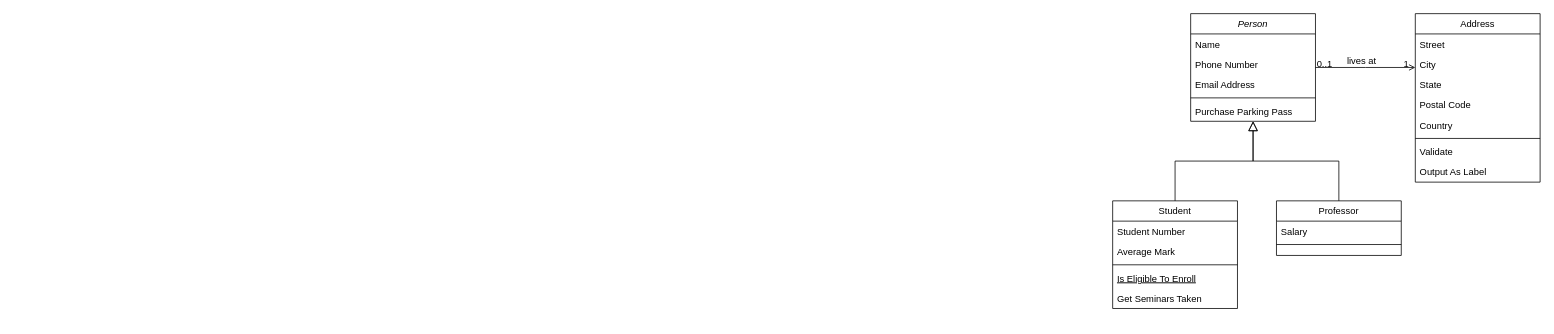
This is images/模块依赖图.drawio from Alemdx/pic-bed, a draw.io file, before an edit. Source tidied: cells renumbered, new cells numbered last; positions are measured from the earlier drawing's top-left corner, leaving out a move shared by most shapes. Both pictures are drawn from the tidied source at 78%, with x=0, y=0 at pixel (1112, 13).
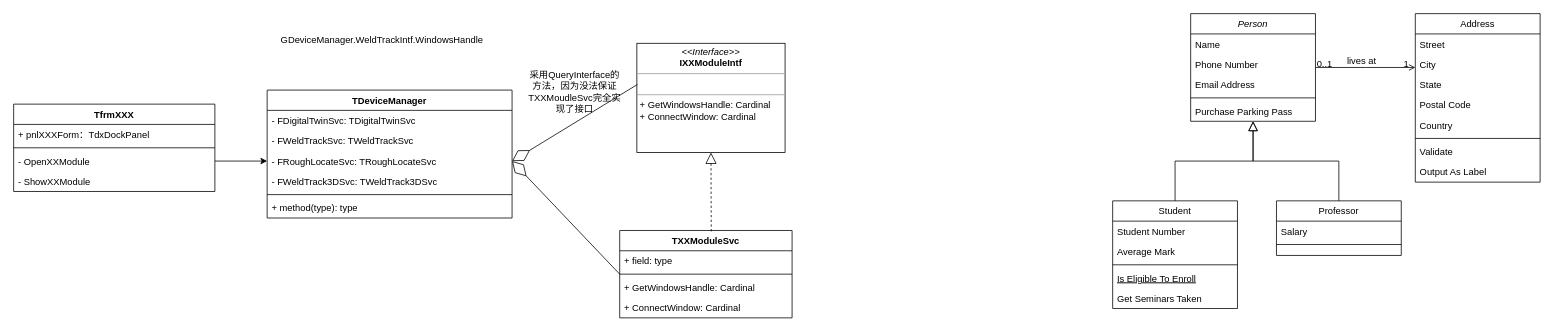
Above is the later version.

Commit message:
更新模块依赖图.drawio

Change to the diagram source:
```diff
@@
+    <mxCell id="32" value="TfrmXXX" style="swimlane;fontStyle=1;align=center;verticalAlign=top;horizontal=1;startSize=26;whiteSpace=wrap;html=1;" parent="1" vertex="1">
+      <mxGeometry x="-1409" y="116" width="258" height="112" as="geometry" />
+    </mxCell>
+    <mxCell id="33" value="+ pnlXXXForm：TdxDockPanel" style="text;strokeColor=none;fillColor=none;align=left;verticalAlign=top;spacingLeft=4;spacingRight=4;overflow=hidden;whiteSpace=wrap;html=1;" parent="32" vertex="1">
+      <mxGeometry y="26" width="258" height="26" as="geometry" />
+    </mxCell>
+    <mxCell id="34" style="line;strokeWidth=1;fillColor=none;align=left;verticalAlign=middle;spacingTop=-1;spacingLeft=3;spacingRight=3;labelPosition=right;strokeColor=inherit;" parent="32" vertex="1">
+      <mxGeometry y="52" width="258" height="8" as="geometry" />
+    </mxCell>
+    <mxCell id="35" value="- OpenXXModule" style="text;strokeColor=none;fillColor=none;align=left;verticalAlign=top;spacingLeft=4;spacingRight=4;overflow=hidden;points=[[0,0.5],[1,0.5]];portConstraint=eastwest;whiteSpace=wrap;html=1;" parent="32" vertex="1">
+      <mxGeometry y="60" width="258" height="26" as="geometry" />
+    </mxCell>
+    <mxCell id="36" value="- ShowXXModule" style="text;strokeColor=none;fillColor=none;align=left;verticalAlign=top;spacingLeft=4;spacingRight=4;overflow=hidden;whiteSpace=wrap;html=1;" parent="32" vertex="1">
+      <mxGeometry y="86" width="258" height="26" as="geometry" />
+    </mxCell>
+    <mxCell id="37" value="TDeviceManager" style="swimlane;fontStyle=1;align=center;verticalAlign=top;horizontal=1;startSize=26;whiteSpace=wrap;html=1;" parent="1" vertex="1">
+      <mxGeometry x="-1084" y="98" width="314" height="164" as="geometry" />
+    </mxCell>
+    <mxCell id="38" value="- FDigitalTwinSvc: TDigitalTwinSvc" style="text;strokeColor=none;fillColor=none;align=left;verticalAlign=top;spacingLeft=4;spacingRight=4;overflow=hidden;whiteSpace=wrap;html=1;" parent="37" vertex="1">
+      <mxGeometry y="26" width="314" height="26" as="geometry" />
+    </mxCell>
+    <mxCell id="39" value="- FWeldTrackSvc: TWeldTrackSvc" style="text;strokeColor=none;fillColor=none;align=left;verticalAlign=top;spacingLeft=4;spacingRight=4;overflow=hidden;whiteSpace=wrap;html=1;" parent="37" vertex="1">
+      <mxGeometry y="52" width="314" height="26" as="geometry" />
+    </mxCell>
+    <mxCell id="40" value="- FRoughLocateSvc: TRoughLocateSvc" style="text;strokeColor=none;fillColor=none;align=left;verticalAlign=top;spacingLeft=4;spacingRight=4;overflow=hidden;points=[[0,0.5],[1,0.5]];portConstraint=eastwest;whiteSpace=wrap;html=1;" parent="37" vertex="1">
+      <mxGeometry y="78" width="314" height="26" as="geometry" />
+    </mxCell>
+    <mxCell id="41" value="- FWeldTrack3DSvc: TWeldTrack3DSvc" style="text;strokeColor=none;fillColor=none;align=left;verticalAlign=top;spacingLeft=4;spacingRight=4;overflow=hidden;whiteSpace=wrap;html=1;" parent="37" vertex="1">
+      <mxGeometry y="104" width="314" height="26" as="geometry" />
+    </mxCell>
+    <mxCell id="42" style="line;strokeWidth=1;fillColor=none;align=left;verticalAlign=middle;spacingTop=-1;spacingLeft=3;spacingRight=3;labelPosition=right;strokeColor=inherit;" parent="37" vertex="1">
+      <mxGeometry y="130" width="314" height="8" as="geometry" />
+    </mxCell>
+    <mxCell id="43" value="+ method(type): type" style="text;strokeColor=none;fillColor=none;align=left;verticalAlign=top;spacingLeft=4;spacingRight=4;overflow=hidden;whiteSpace=wrap;html=1;" parent="37" vertex="1">
+      <mxGeometry y="138" width="314" height="26" as="geometry" />
+    </mxCell>
+    <mxCell id="44" style="edgeStyle=orthogonalEdgeStyle;rounded=0;jettySize=auto;html=1;exitX=1;exitY=0.5;exitDx=0;exitDy=0;entryX=0;entryY=0.5;entryDx=0;entryDy=0;" parent="1" edge="1" source="35" target="40">
+      <mxGeometry relative="1" as="geometry" />
+    </mxCell>
+    <mxCell id="45" value="&lt;p style=&quot;margin:0px;margin-top:4px;text-align:center;&quot;&gt;&lt;i&gt;&amp;lt;&amp;lt;Interface&amp;gt;&amp;gt;&lt;/i&gt;&lt;br&gt;&lt;b&gt;IXXModuleIntf&lt;/b&gt;&lt;/p&gt;&lt;hr size=&quot;1&quot;&gt;&lt;p style=&quot;margin:0px;margin-left:4px;&quot;&gt;&lt;br&gt;&lt;/p&gt;&lt;hr size=&quot;1&quot;&gt;&lt;p style=&quot;margin:0px;margin-left:4px;&quot;&gt;+ GetWindowsHandle: Cardinal&lt;br&gt;+ ConnectWindow: Cardinal&lt;/p&gt;" style="verticalAlign=top;align=left;overflow=fill;fontSize=12;fontFamily=Helvetica;html=1;whiteSpace=wrap;" parent="1" vertex="1">
+      <mxGeometry x="-610" y="38" width="190" height="140" as="geometry" />
+    </mxCell>
+    <mxCell id="46" value="TXXModuleSvc" style="swimlane;fontStyle=1;align=center;verticalAlign=top;horizontal=1;startSize=26;whiteSpace=wrap;html=1;" parent="1" vertex="1">
+      <mxGeometry x="-632" y="278" width="221" height="112" as="geometry" />
+    </mxCell>
+    <mxCell id="47" value="+ field: type" style="text;strokeColor=none;fillColor=none;align=left;verticalAlign=top;spacingLeft=4;spacingRight=4;overflow=hidden;whiteSpace=wrap;html=1;" parent="46" vertex="1">
+      <mxGeometry y="26" width="221" height="26" as="geometry" />
+    </mxCell>
+    <mxCell id="48" style="line;strokeWidth=1;fillColor=none;align=left;verticalAlign=middle;spacingTop=-1;spacingLeft=3;spacingRight=3;labelPosition=right;strokeColor=inherit;" parent="46" vertex="1">
+      <mxGeometry y="52" width="221" height="8" as="geometry" />
+    </mxCell>
+    <mxCell id="49" value="+ GetWindowsHandle: Cardinal&lt;br style=&quot;border-color: var(--border-color);&quot;&gt;" style="text;strokeColor=none;fillColor=none;align=left;verticalAlign=top;spacingLeft=4;spacingRight=4;overflow=hidden;whiteSpace=wrap;html=1;" parent="46" vertex="1">
+      <mxGeometry y="60" width="221" height="26" as="geometry" />
+    </mxCell>
+    <mxCell id="50" value="+ ConnectWindow: Cardinal" style="text;strokeColor=none;fillColor=none;align=left;verticalAlign=top;spacingLeft=4;spacingRight=4;overflow=hidden;whiteSpace=wrap;html=1;" parent="46" vertex="1">
+      <mxGeometry y="86" width="221" height="26" as="geometry" />
+    </mxCell>
+    <mxCell id="51" style="endArrow=block;dashed=1;endFill=0;endSize=12;html=1;rounded=0;exitX=0.531;exitY=0.01;exitDx=0;exitDy=0;exitPerimeter=0;entryX=0.5;entryY=1;entryDx=0;entryDy=0;" parent="1" edge="1" source="46" target="45">
+      <mxGeometry relative="1" as="geometry" />
+    </mxCell>
+    <mxCell id="52" style="endArrow=diamondThin;endFill=0;endSize=24;html=1;rounded=0;entryX=1;entryY=0.5;entryDx=0;entryDy=0;exitX=0.004;exitY=0.377;exitDx=0;exitDy=0;exitPerimeter=0;" parent="1" edge="1" source="45" target="40">
+      <mxGeometry relative="1" as="geometry" />
+    </mxCell>
+    <mxCell id="53" style="endArrow=diamondThin;endFill=0;endSize=24;html=1;rounded=0;entryX=1;entryY=0.5;entryDx=0;entryDy=0;exitX=0;exitY=0.5;exitDx=0;exitDy=0;" parent="1" edge="1" source="46" target="40">
+      <mxGeometry relative="1" as="geometry" />
+    </mxCell>
+    <mxCell id="54" value="GDeviceManager.WeldTrackIntf.WindowsHandle" style="text;html=1;strokeColor=none;fillColor=none;align=center;verticalAlign=middle;whiteSpace=wrap;rounded=0;" parent="1" vertex="1">
+      <mxGeometry x="-1098" y="8" width="323" height="51" as="geometry" />
+    </mxCell>
+    <mxCell id="55" value="采用QueryInterface的方法，因为没法保证TXXMoudleSvc完全实现了接口" style="text;html=1;strokeColor=none;fillColor=none;align=center;verticalAlign=middle;whiteSpace=wrap;rounded=0;" parent="1" vertex="1">
+      <mxGeometry x="-754" y="76" width="129" height="48" as="geometry" />
+    </mxCell>
```
